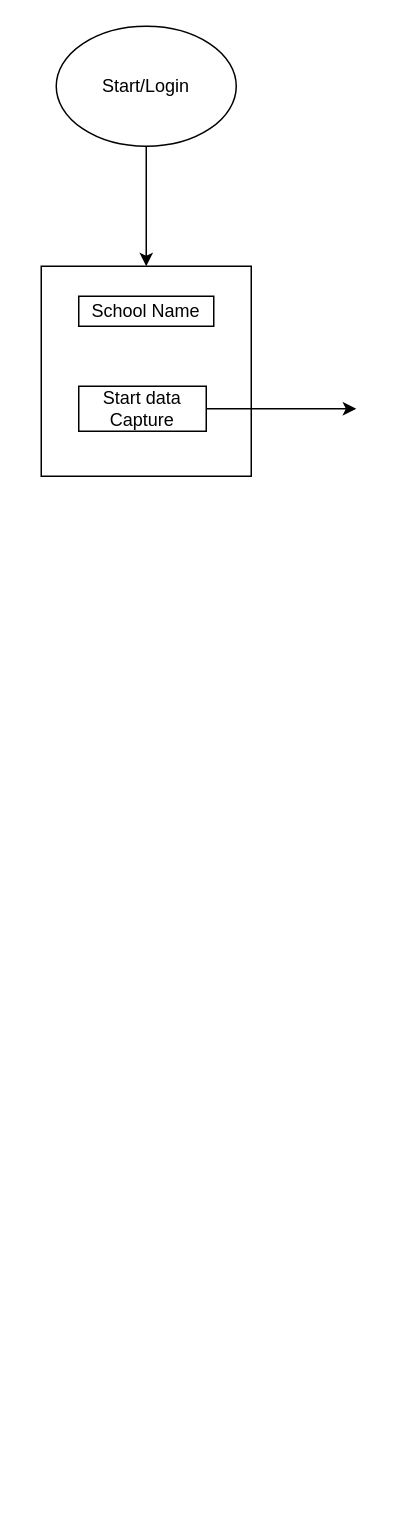
The draw.io diagram Untitled Diagram.drawio in mawuli-agbenyo-creator/Task-app-React, before the edit. Source tidied: cells renumbered, new cells numbered last; positions are measured from the earlier drawing's top-left corner, leaving out a move shared by most shapes. Both pictures are drawn from the tidied source at 150%, with x=0, y=0 at pixel (40, 26).
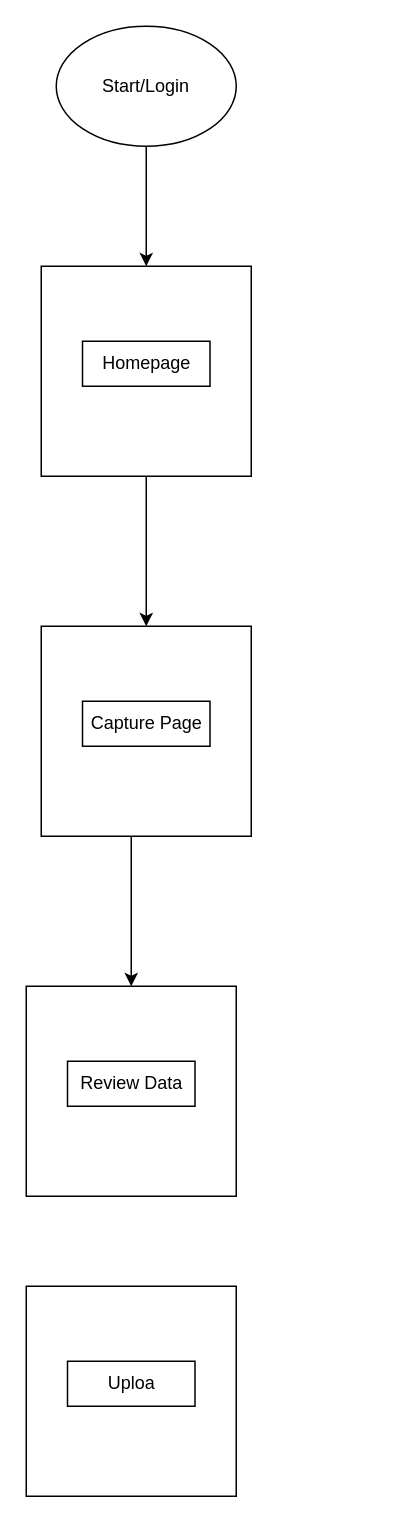
The same page after the edit.

What changed in the source:
```diff
@@
 <mxGraphModel>
   <root>
     <mxCell id="0" />
     <mxCell id="1" parent="0" />
     <mxCell id="2" value="Start/Login" style="ellipse;whiteSpace=wrap;html=1;" parent="1" vertex="1">
       <mxGeometry x="10" width="120" height="80" as="geometry" />
     </mxCell>
     <mxCell id="3" style="endArrow=classic;html=1;rounded=0;exitX=0.5;exitY=1;exitDx=0;exitDy=0;" parent="1" edge="1" source="2">
       <mxGeometry relative="1" as="geometry">
         <mxPoint x="70" y="160" as="targetPoint" />
       </mxGeometry>
     </mxCell>
     <mxCell id="4" style="whiteSpace=wrap;html=1;" parent="1" vertex="1">
       <mxGeometry y="160" width="140" height="140" as="geometry" />
     </mxCell>
-    <mxCell id="5" value="School Name" style="rounded=0;whiteSpace=wrap;html=1;" parent="1" vertex="1">
-      <mxGeometry x="25" y="180" width="90" height="20" as="geometry" />
-    </mxCell>
-    <mxCell id="6" value="Start data Capture" style="rounded=0;whiteSpace=wrap;html=1;" parent="1" vertex="1">
-      <mxGeometry x="25" y="240" width="85" height="30" as="geometry" />
+    <mxCell id="6" value="Homepage" style="rounded=0;whiteSpace=wrap;html=1;" parent="1" vertex="1">
+      <mxGeometry x="27.5" y="210" width="85" height="30" as="geometry" />
     </mxCell>
-    <mxCell id="7" style="endArrow=classic;html=1;rounded=0;exitX=1;exitY=0.5;exitDx=0;exitDy=0;" parent="1" edge="1" source="6">
-      <mxGeometry relative="1" as="geometry">
-        <mxPoint x="210" y="255" as="targetPoint" />
-      </mxGeometry>
+    <mxCell id="7" style="endArrow=classic;html=1;rounded=0;exitX=0.5;exitY=1;exitDx=0;exitDy=0;entryX=0.5;entryY=0;entryDx=0;entryDy=0;" parent="1" edge="1" source="4" target="8">
+      <mxGeometry relative="1" as="geometry" />
     </mxCell>
+    <mxCell id="8" style="whiteSpace=wrap;html=1;" parent="1" vertex="1">
+      <mxGeometry y="400" width="140" height="140" as="geometry" />
+    </mxCell>
+    <mxCell id="9" value="Capture Page" style="rounded=0;whiteSpace=wrap;html=1;" parent="1" vertex="1">
+      <mxGeometry x="27.5" y="450" width="85" height="30" as="geometry" />
+    </mxCell>
+    <mxCell id="10" style="whiteSpace=wrap;html=1;" parent="1" vertex="1">
+      <mxGeometry x="-10" y="640" width="140" height="140" as="geometry" />
+    </mxCell>
+    <mxCell id="11" value="Review Data" style="rounded=0;whiteSpace=wrap;html=1;" parent="1" vertex="1">
+      <mxGeometry x="17.5" y="690" width="85" height="30" as="geometry" />
+    </mxCell>
+    <mxCell id="12" style="endArrow=classic;html=1;rounded=0;entryX=0.5;entryY=0;entryDx=0;entryDy=0;" parent="1" edge="1" target="10">
+      <mxGeometry relative="1" as="geometry">
+        <mxPoint x="60" y="540" as="sourcePoint" />
+      </mxGeometry>
+    </mxCell>
+    <mxCell id="13" style="whiteSpace=wrap;html=1;" parent="1" vertex="1">
+      <mxGeometry x="-10" y="840" width="140" height="140" as="geometry" />
+    </mxCell>
+    <mxCell id="14" value="Uploa" style="rounded=0;whiteSpace=wrap;html=1;" parent="1" vertex="1">
+      <mxGeometry x="17.5" y="890" width="85" height="30" as="geometry" />
+    </mxCell>
   </root>
 </mxGraphModel>
```
